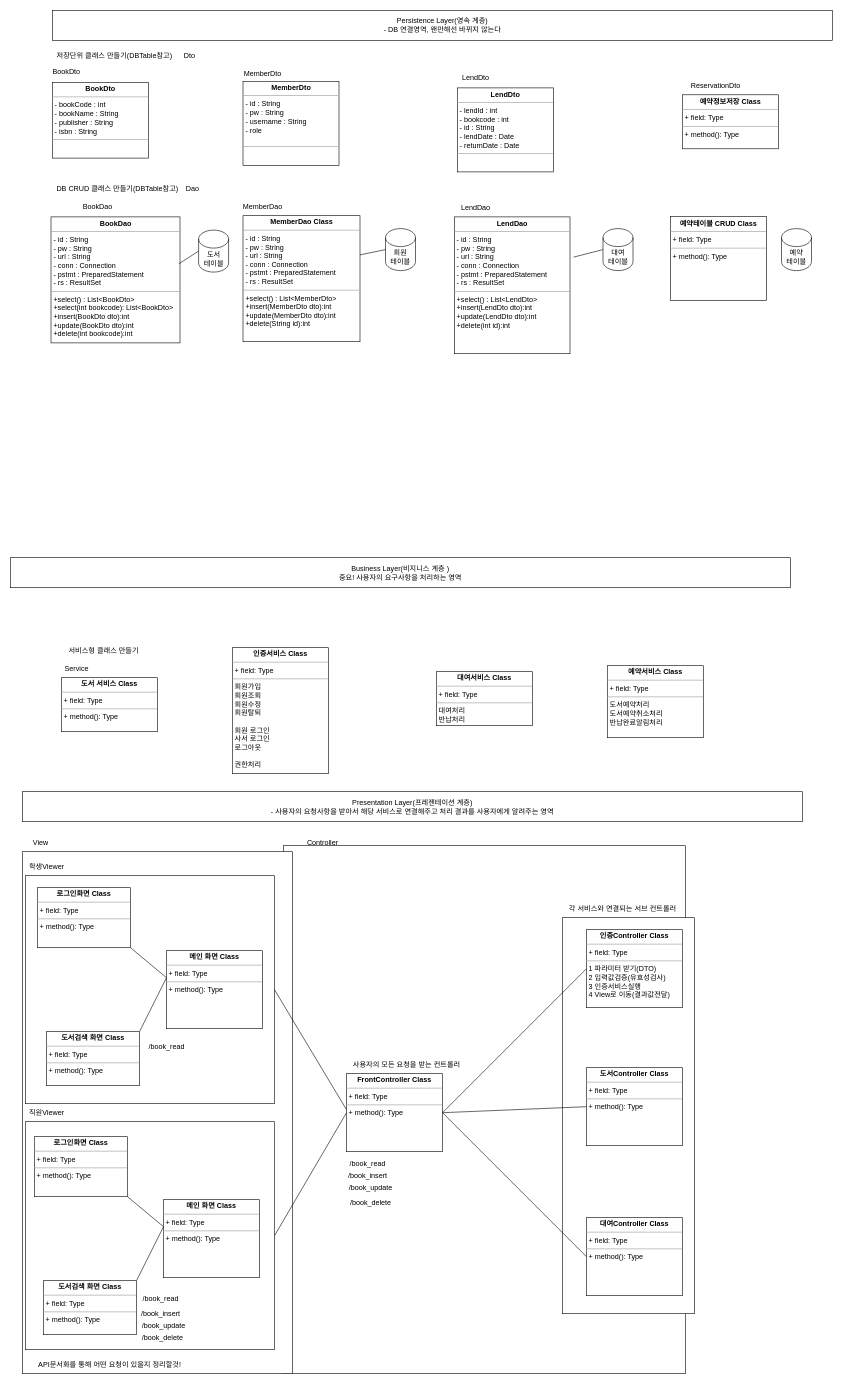
wlscksals/JAVA keeps this draw.io diagram as page "05 [예제] 구체화(Width Code)" (6 of 13) of src/CH36/Document/01 INIT.drawio. Above is the earlier version. Source tidied: cells renumbered, new cells numbered last; positions are measured from the earlier drawing's top-left corner, leaving out a move shared by most shapes. Both pictures are drawn from the tidied source at 60%, with x=0, y=0 at pixel (10, 10).
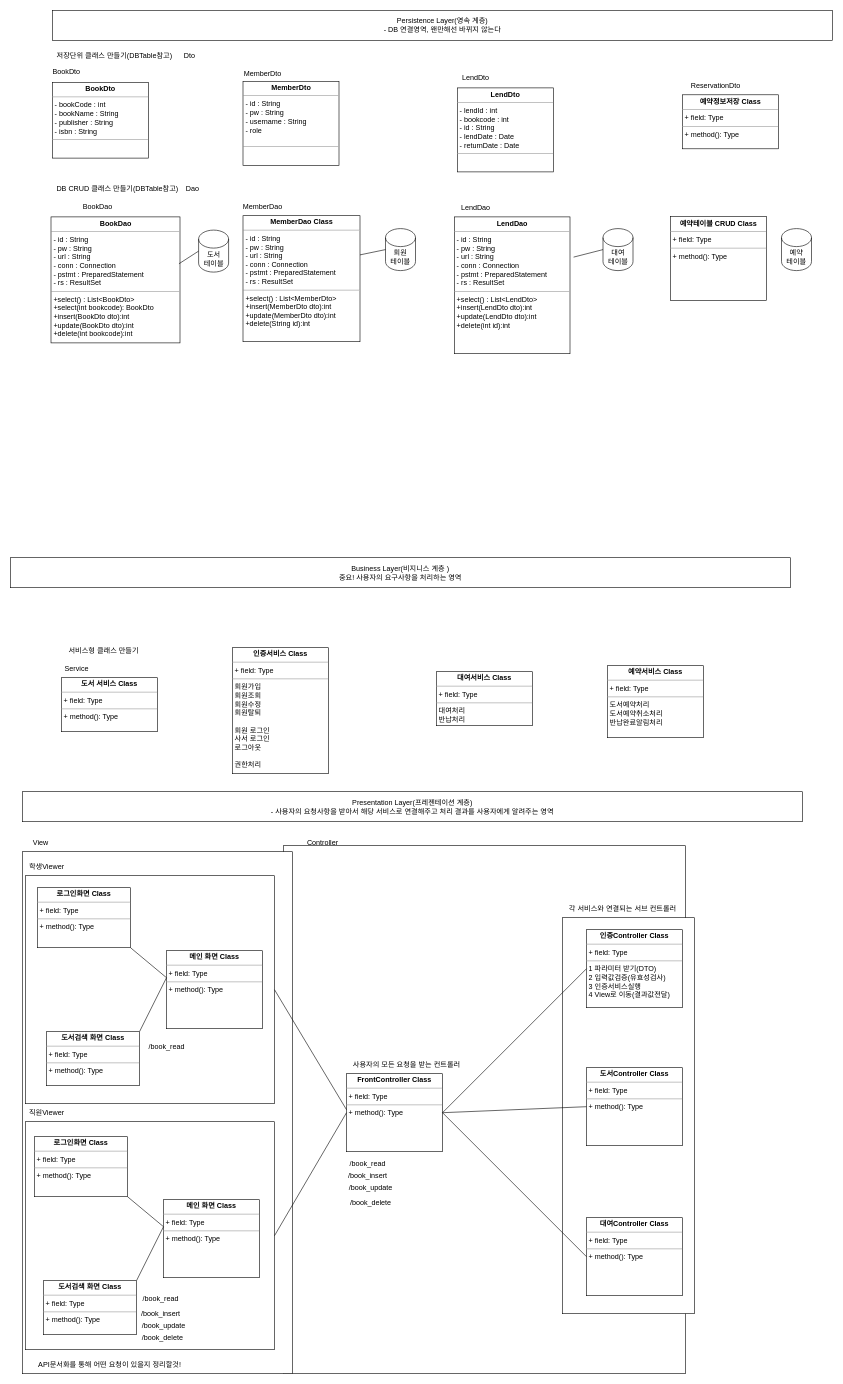
The same page after the edit.

What changed in the source:
```diff
@@
-    <mxCell id="12" value="&lt;p style=&quot;margin:0px;margin-top:4px;text-align:center;&quot;&gt;&lt;b&gt;BookDao&lt;/b&gt;&lt;/p&gt;&lt;hr size=&quot;1&quot;&gt;&lt;p style=&quot;margin:0px;margin-left:4px;&quot;&gt;- id : String&lt;/p&gt;&lt;p style=&quot;margin:0px;margin-left:4px;&quot;&gt;- pw : String&lt;/p&gt;&lt;p style=&quot;margin:0px;margin-left:4px;&quot;&gt;- url : String&lt;/p&gt;&lt;p style=&quot;margin:0px;margin-left:4px;&quot;&gt;- conn : Connection&lt;/p&gt;&lt;p style=&quot;margin:0px;margin-left:4px;&quot;&gt;- pstmt : PreparedStatement&lt;/p&gt;&lt;p style=&quot;margin:0px;margin-left:4px;&quot;&gt;- rs : ResultSet&lt;/p&gt;&lt;hr size=&quot;1&quot;&gt;&lt;p style=&quot;margin:0px;margin-left:4px;&quot;&gt;&lt;span style=&quot;background-color: initial;&quot;&gt;+select() : List&amp;lt;BookDto&amp;gt;&lt;/span&gt;&lt;br&gt;&lt;/p&gt;&lt;p style=&quot;margin:0px;margin-left:4px;&quot;&gt;&lt;span style=&quot;background-color: initial;&quot;&gt;+select(int bookcode): List&amp;lt;BookDto&amp;gt;&lt;/span&gt;&lt;/p&gt;&lt;p style=&quot;margin:0px;margin-left:4px;&quot;&gt;+insert(BookDto dto):int&lt;/p&gt;&lt;p style=&quot;margin:0px;margin-left:4px;&quot;&gt;+update(BookDto dto):int&lt;/p&gt;&lt;p style=&quot;margin:0px;margin-left:4px;&quot;&gt;+delete(int bookcode):int&lt;/p&gt;&lt;p style=&quot;margin:0px;margin-left:4px;&quot;&gt;&lt;br&gt;&lt;/p&gt;&lt;p style=&quot;margin:0px;margin-left:4px;&quot;&gt;&lt;br&gt;&lt;/p&gt;" style="verticalAlign=top;align=left;overflow=fill;fontSize=12;fontFamily=Helvetica;html=1;whiteSpace=wrap;" parent="1" vertex="1">
+    <mxCell id="12" value="&lt;p style=&quot;margin:0px;margin-top:4px;text-align:center;&quot;&gt;&lt;b&gt;BookDao&lt;/b&gt;&lt;/p&gt;&lt;hr size=&quot;1&quot;&gt;&lt;p style=&quot;margin:0px;margin-left:4px;&quot;&gt;- id : String&lt;/p&gt;&lt;p style=&quot;margin:0px;margin-left:4px;&quot;&gt;- pw : String&lt;/p&gt;&lt;p style=&quot;margin:0px;margin-left:4px;&quot;&gt;- url : String&lt;/p&gt;&lt;p style=&quot;margin:0px;margin-left:4px;&quot;&gt;- conn : Connection&lt;/p&gt;&lt;p style=&quot;margin:0px;margin-left:4px;&quot;&gt;- pstmt : PreparedStatement&lt;/p&gt;&lt;p style=&quot;margin:0px;margin-left:4px;&quot;&gt;- rs : ResultSet&lt;/p&gt;&lt;hr size=&quot;1&quot;&gt;&lt;p style=&quot;margin:0px;margin-left:4px;&quot;&gt;&lt;span style=&quot;background-color: initial;&quot;&gt;+select() : List&amp;lt;BookDto&amp;gt;&lt;/span&gt;&lt;br&gt;&lt;/p&gt;&lt;p style=&quot;margin:0px;margin-left:4px;&quot;&gt;&lt;span style=&quot;background-color: initial;&quot;&gt;+select(int bookcode): BookDto&lt;/span&gt;&lt;/p&gt;&lt;p style=&quot;margin:0px;margin-left:4px;&quot;&gt;+insert(BookDto dto):int&lt;/p&gt;&lt;p style=&quot;margin:0px;margin-left:4px;&quot;&gt;+update(BookDto dto):int&lt;/p&gt;&lt;p style=&quot;margin:0px;margin-left:4px;&quot;&gt;+delete(int bookcode):int&lt;/p&gt;&lt;p style=&quot;margin:0px;margin-left:4px;&quot;&gt;&lt;br&gt;&lt;/p&gt;&lt;p style=&quot;margin:0px;margin-left:4px;&quot;&gt;&lt;br&gt;&lt;/p&gt;" style="verticalAlign=top;align=left;overflow=fill;fontSize=12;fontFamily=Helvetica;html=1;whiteSpace=wrap;" parent="1" vertex="1">
       <mxGeometry x="67.5" y="344" width="215" height="210" as="geometry" />
     </mxCell>
```
